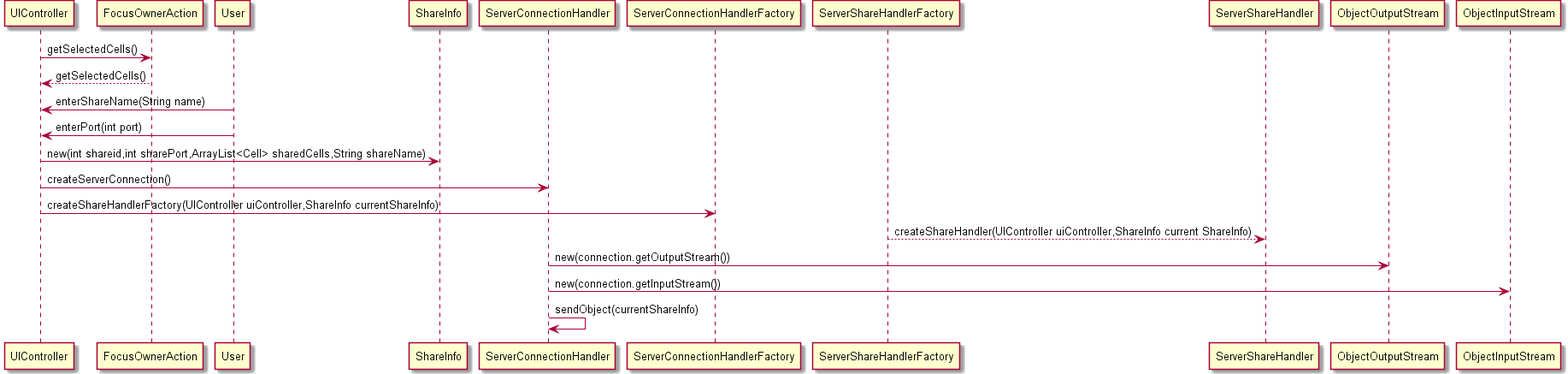
BeatrizSeabra/Project_Excel_Java keeps this PlantUML diagram as src/csheets/userstories/us064/doc-files/us064_design1.png. Above is the earlier version.
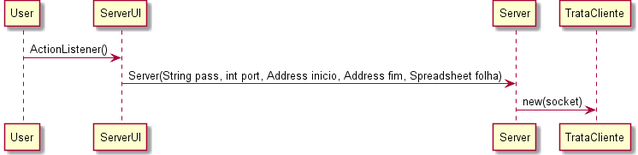
Later version of the same file.

Commit message:
fixed issue #169 Alteração dos diagramas de sequencia

Change to the diagram source:
```diff
@@ -1,13 +1,5 @@
 @startuml doc-files/us064_design1.png
-UIController -> FocusOwnerAction : getSelectedCells()
-FocusOwnerAction --> UIController : getSelectedCells()
-User -> UIController : enterShareName(String name)
-User -> UIController : enterPort(int port)
-UIController -> ShareInfo : new(int shareid,int sharePort,ArrayList<Cell> sharedCells,String shareName)
-UIController -> ServerConnectionHandler : createServerConnection()
-UIController -> ServerConnectionHandlerFactory : createShareHandlerFactory(UIController uiController,ShareInfo currentShareInfo)
-ServerShareHandlerFactory --> ServerShareHandler : createShareHandler(UIController uiController,ShareInfo current ShareInfo)
-ServerConnectionHandler -> ObjectOutputStream : new(connection.getOutputStream())
-ServerConnectionHandler -> ObjectInputStream : new(connection.getInputStream())
-ServerConnectionHandler -> ServerConnectionHandler : sendObject(currentShareInfo)
+User -> ServerUI : ActionListener()
+ServerUI -> Server : Server(String pass, int port, Address inicio, Address fim, Spreadsheet folha)
+Server -> TrataCliente : new(socket)
  @enduml
```
